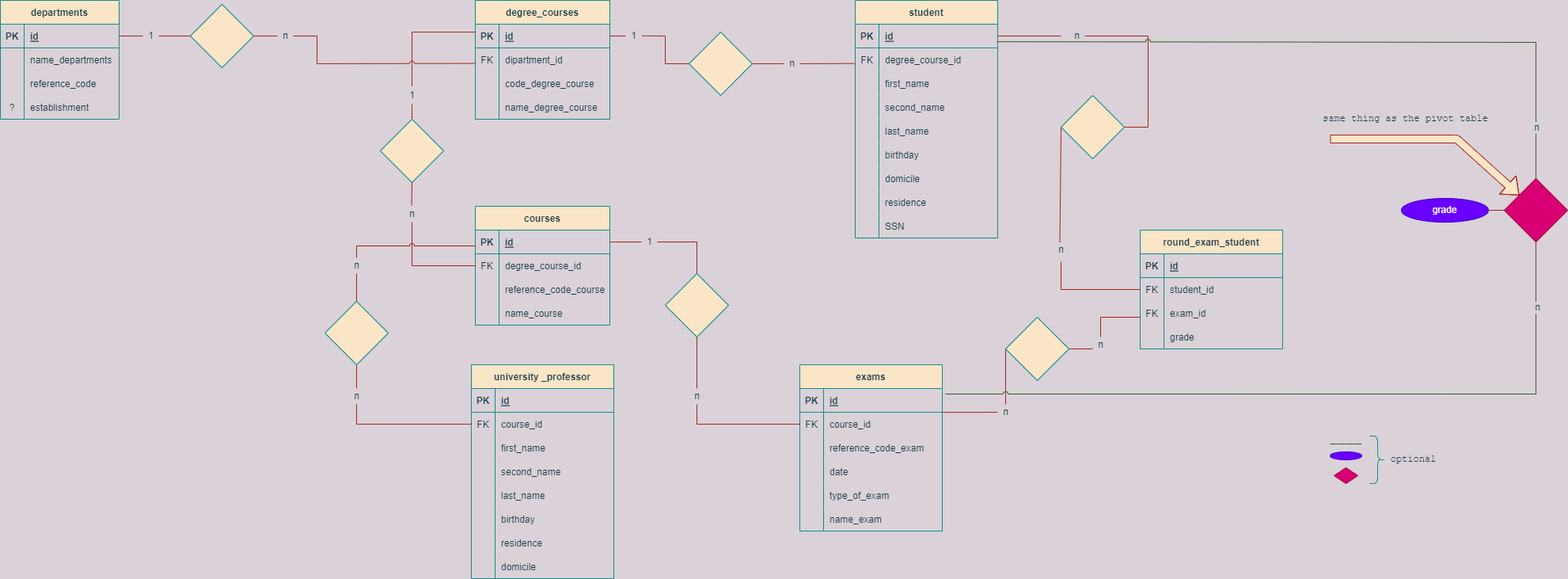
Mantured/db-university keeps this draw.io diagram as db_univeristy.drawio.png. Above is the earlier version. Source tidied: cells renumbered, new cells last; positions are measured from the earlier drawing's top-left corner, leaving out a move shared by most shapes.
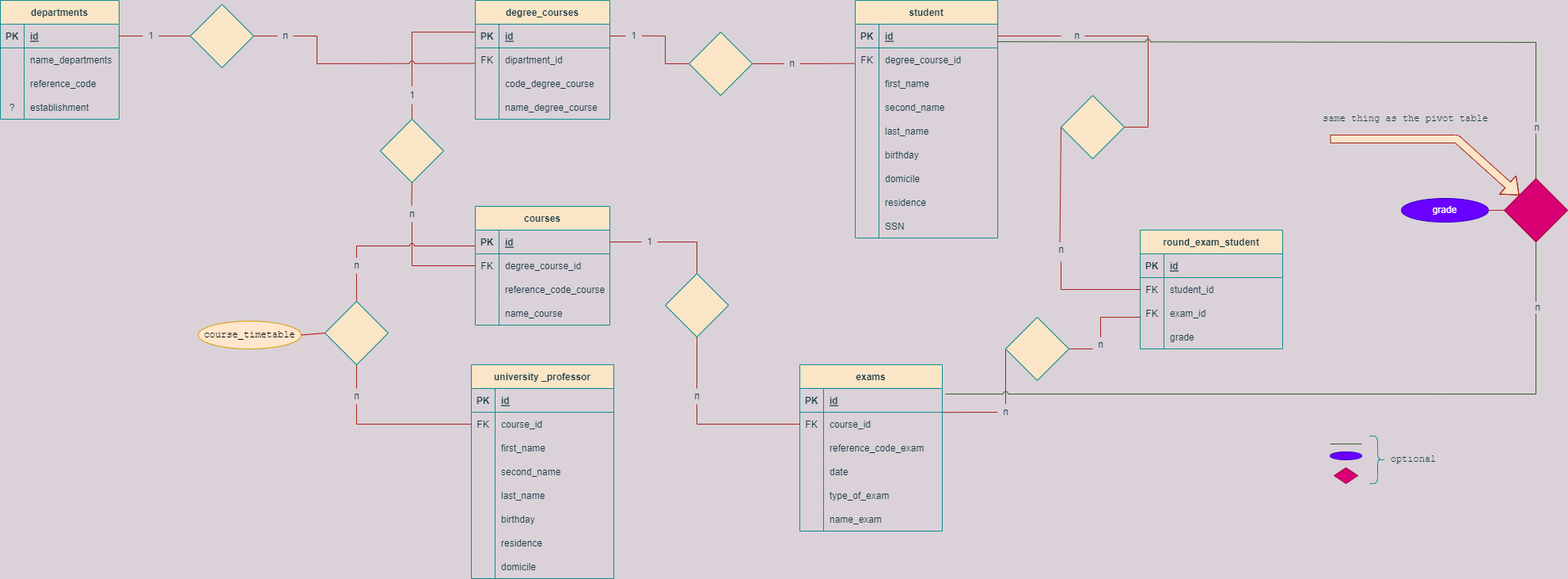
The same diagram one commit later.

Commit message:
added course_timetable to pivot table

Diff of the diagram source:
```diff
@@ -643,5 +643,13 @@
     <mxCell id="185" style="shape=curlyBracket;whiteSpace=wrap;html=1;rounded=1;flipH=1;sketch=0;fontColor=#143642;strokeColor=#0F8B8D;fillColor=#FAE5C7;" parent="1" vertex="1">
       <mxGeometry x="1730" y="550" width="20" height="60" as="geometry" />
     </mxCell>
+    <mxCell id="186" value="&lt;pre class=&quot;tw-data-text tw-text-large tw-ta&quot; id=&quot;tw-target-text&quot; style=&quot;text-align: left&quot; dir=&quot;ltr&quot;&gt;&lt;span class=&quot;Y2IQFc&quot; lang=&quot;en&quot;&gt;course_timetable&lt;/span&gt;&lt;/pre&gt;" style="ellipse;whiteSpace=wrap;html=1;fillColor=#ffe6cc;strokeColor=#d79b00;" parent="1" vertex="1">
+      <mxGeometry x="250" y="405" width="130" height="35" as="geometry" />
+    </mxCell>
+    <mxCell id="187" style="endArrow=none;html=1;rounded=0;exitX=1;exitY=0.5;exitDx=0;exitDy=0;fillColor=#a20025;strokeColor=#C20000;" parent="1" edge="1" source="186">
+      <mxGeometry relative="1" as="geometry">
+        <mxPoint x="410" y="420" as="targetPoint" />
+      </mxGeometry>
+    </mxCell>
   </root>
 </mxGraphModel>
```
